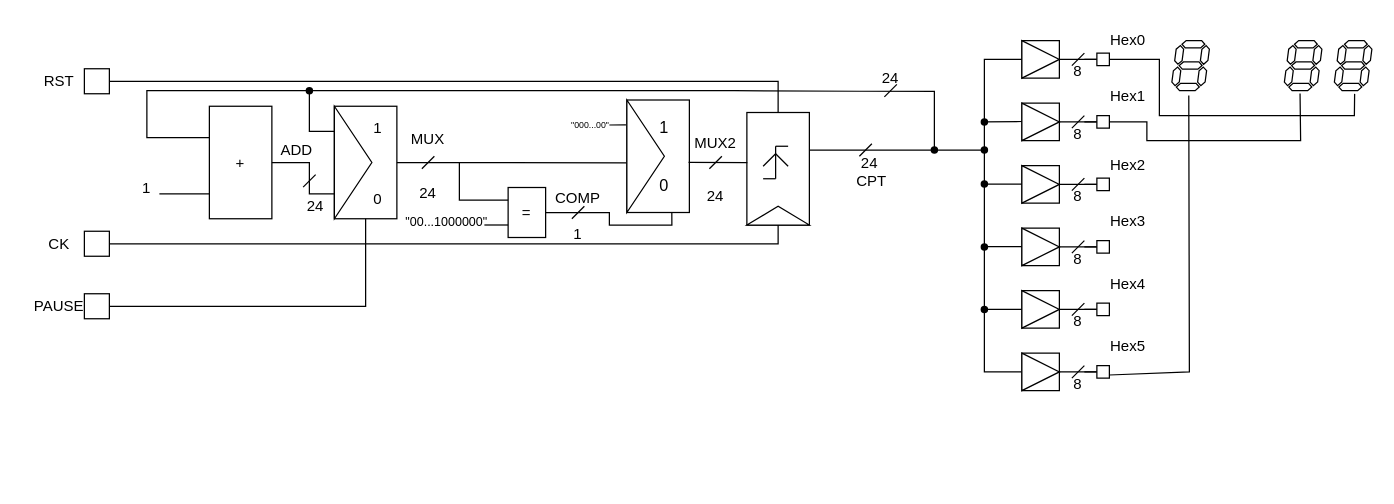
Before: CPT24SEC.drawio in negans-soyez/VHDL, a draw.io diagram. Source tidied: cells renumbered, new cells numbered last; positions are measured from the earlier drawing's top-left corner, leaving out a move shared by most shapes. Both pictures are drawn from the tidied source at 125%, with x=0, y=0 at pixel (21, 21).
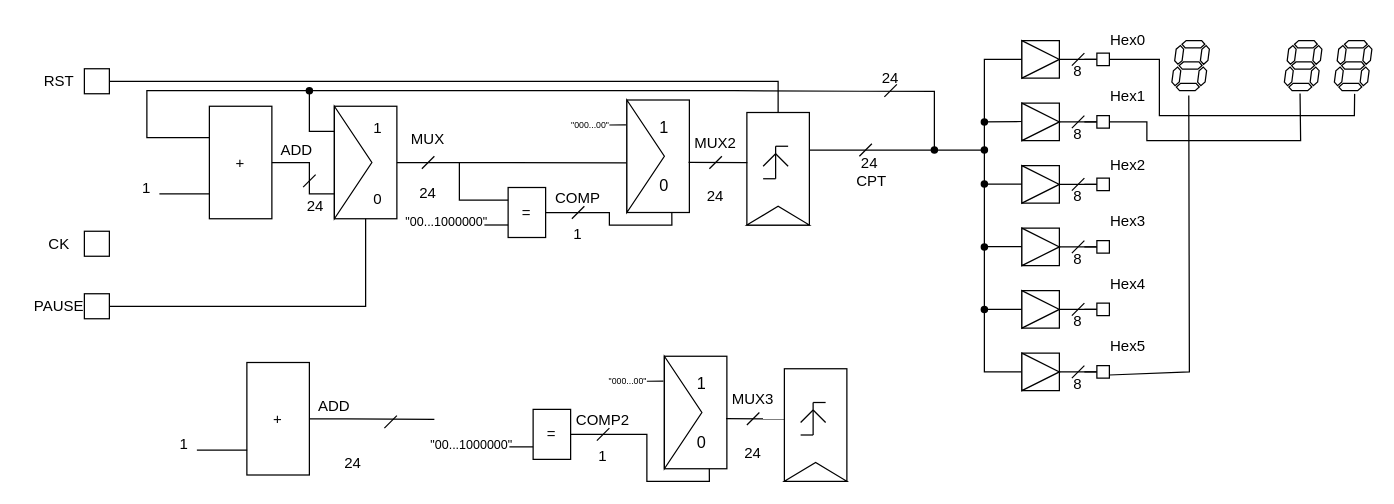
The same diagram, later.

Commit message (it also covers changes not shown here):
Mettre à jour CPT24SEC.drawio

Unchanged cells that the change refers to:
```xml
<mxCell id="11" style="triangle;whiteSpace=wrap;html=1;rotation=-90;" parent="3" vertex="1">
  <mxGeometry x="37.5" y="17.5" width="15" height="50" as="geometry" />
</mxCell>
<mxCell id="18" style="rounded=0;whiteSpace=wrap;html=1;" parent="1" vertex="1">
  <mxGeometry x="50" y="167.5" width="20" height="20" as="geometry" />
</mxCell>
```

What changed in the source:
```diff
@@
-    <mxCell id="17" style="endArrow=none;html=1;rounded=0;entryX=0;entryY=0.5;entryDx=0;entryDy=0;exitX=1;exitY=0.5;exitDx=0;exitDy=0;" parent="1" edge="1" source="18" target="11">
-      <mxGeometry relative="1" as="geometry">
-        <Array as="points">
-          <mxPoint x="280" y="177.5" />
-          <mxPoint x="415" y="177.5" />
-          <mxPoint x="605" y="177.5" />
-        </Array>
-      </mxGeometry>
-    </mxCell>
@@
+    <mxCell id="126" value="+" style="rounded=0;whiteSpace=wrap;html=1;" parent="1" vertex="1">
+      <mxGeometry x="180" y="272.5" width="50" height="90" as="geometry" />
+    </mxCell>
+    <mxCell id="127" style="rounded=0;whiteSpace=wrap;html=1;rotation=-90;" parent="1" vertex="1">
+      <mxGeometry x="590" y="297.5" width="90" height="50" as="geometry" />
+    </mxCell>
+    <mxCell id="128" style="group;rotation=-90;" parent="1" vertex="1">
+      <mxGeometry x="620" y="307.5" width="26" height="20" as="geometry" />
+    </mxCell>
+    <mxCell id="129" style="endArrow=none;html=1;rounded=0;" parent="128" edge="1">
+      <mxGeometry relative="1" as="geometry">
+        <mxPoint x="13" y="23" as="sourcePoint" />
+        <mxPoint x="13" y="-3" as="targetPoint" />
+      </mxGeometry>
+    </mxCell>
+    <mxCell id="130" style="endArrow=none;html=1;rounded=0;" parent="128" edge="1">
+      <mxGeometry relative="1" as="geometry">
+        <mxPoint x="13" y="23" as="sourcePoint" />
+        <mxPoint x="3" y="23" as="targetPoint" />
+      </mxGeometry>
+    </mxCell>
+    <mxCell id="131" style="endArrow=none;html=1;rounded=0;" parent="128" edge="1">
+      <mxGeometry relative="1" as="geometry">
+        <mxPoint x="23" y="-3" as="sourcePoint" />
+        <mxPoint x="13" y="-3" as="targetPoint" />
+      </mxGeometry>
+    </mxCell>
+    <mxCell id="132" style="endArrow=none;html=1;rounded=0;" parent="128" edge="1">
+      <mxGeometry relative="1" as="geometry">
+        <mxPoint x="13" y="3" as="sourcePoint" />
+        <mxPoint x="3" y="13" as="targetPoint" />
+        <Array as="points">
+          <mxPoint x="13" y="3" />
+        </Array>
+      </mxGeometry>
+    </mxCell>
+    <mxCell id="133" style="endArrow=none;html=1;rounded=0;" parent="128" edge="1">
+      <mxGeometry relative="1" as="geometry">
+        <mxPoint x="13" y="3" as="sourcePoint" />
+        <mxPoint x="23" y="13" as="targetPoint" />
+      </mxGeometry>
+    </mxCell>
+    <mxCell id="134" style="triangle;whiteSpace=wrap;html=1;rotation=-90;" parent="1" vertex="1">
+      <mxGeometry x="627.5" y="335" width="15" height="50" as="geometry" />
+    </mxCell>
+    <mxCell id="135" style="endArrow=none;html=1;rounded=0;entryX=0.004;entryY=0.779;entryDx=0;entryDy=0;entryPerimeter=0;" parent="1" edge="1" target="126">
+      <mxGeometry relative="1" as="geometry">
+        <mxPoint x="140" y="342.5" as="sourcePoint" />
+      </mxGeometry>
+    </mxCell>
+    <mxCell id="136" value="1" style="text;html=1;align=center;verticalAlign=middle;whiteSpace=wrap;rounded=0;" parent="1" vertex="1">
+      <mxGeometry x="120" y="322.5" width="20" height="30" as="geometry" />
+    </mxCell>
+    <mxCell id="137" style="endArrow=none;html=1;rounded=0;" parent="1" edge="1">
+      <mxGeometry relative="1" as="geometry">
+        <mxPoint x="290" y="325" as="sourcePoint" />
+        <mxPoint x="300" y="315" as="targetPoint" />
+      </mxGeometry>
+    </mxCell>
+    <mxCell id="138" style="endArrow=none;html=1;rounded=0;exitX=1;exitY=0.5;exitDx=0;exitDy=0;" parent="1" edge="1" source="126">
+      <mxGeometry relative="1" as="geometry">
+        <mxPoint x="330" y="318" as="targetPoint" />
+        <Array as="points">
+          <mxPoint x="260" y="317.5" />
+        </Array>
+      </mxGeometry>
+    </mxCell>
+    <mxCell id="139" value="ADD" style="text;html=1;align=center;verticalAlign=middle;whiteSpace=wrap;rounded=0;" parent="1" vertex="1">
+      <mxGeometry x="240" y="302.5" width="20" height="10" as="geometry" />
+    </mxCell>
+    <mxCell id="140" value="24" style="text;html=1;align=center;verticalAlign=middle;whiteSpace=wrap;rounded=0;" parent="1" vertex="1">
+      <mxGeometry x="260" y="337.5" width="10" height="30" as="geometry" />
+    </mxCell>
+    <mxCell id="141" style="group;" parent="1" vertex="1">
+      <mxGeometry x="514" y="267.5" width="60" height="90" as="geometry" />
+    </mxCell>
+    <mxCell id="142" style="rounded=0;whiteSpace=wrap;html=1;" parent="141" vertex="1">
+      <mxGeometry width="50" height="90" as="geometry" />
+    </mxCell>
+    <mxCell id="143" style="triangle;whiteSpace=wrap;html=1;" parent="141" vertex="1">
+      <mxGeometry width="30" height="90" as="geometry" />
+    </mxCell>
+    <mxCell id="144" value="&lt;span&gt;1&lt;/span&gt;&lt;div&gt;&lt;span&gt;&lt;br&gt;&lt;/span&gt;&lt;/div&gt;&lt;div&gt;&lt;span&gt;&lt;br&gt;&lt;/span&gt;&lt;/div&gt;&lt;div&gt;&lt;span&gt;0&lt;/span&gt;&lt;/div&gt;" style="text;html=1;align=center;verticalAlign=middle;whiteSpace=wrap;rounded=0;fontSize=13;" parent="141" vertex="1">
+      <mxGeometry x="25" y="30" width="10" height="30" as="geometry" />
+    </mxCell>
+    <mxCell id="145" value="&lt;font style=&quot;font-size: 7px;&quot;&gt;&quot;000...00&quot;&lt;/font&gt;" style="text;html=1;align=center;verticalAlign=middle;whiteSpace=wrap;rounded=0;" parent="1" vertex="1">
+      <mxGeometry x="470" y="280" width="30" height="12.5" as="geometry" />
+    </mxCell>
+    <mxCell id="146" style="endArrow=none;html=1;rounded=0;entryX=0.554;entryY=0.007;entryDx=0;entryDy=0;entryPerimeter=0;exitX=0.987;exitY=0.555;exitDx=0;exitDy=0;exitPerimeter=0;" parent="1" edge="1" source="142" target="127">
+      <mxGeometry relative="1" as="geometry" />
+    </mxCell>
+    <mxCell id="147" style="endArrow=none;html=1;rounded=0;entryX=-0.025;entryY=0.221;entryDx=0;entryDy=0;entryPerimeter=0;" parent="1" edge="1" target="143">
+      <mxGeometry relative="1" as="geometry">
+        <mxPoint x="500" y="287.5" as="sourcePoint" />
+      </mxGeometry>
+    </mxCell>
+    <mxCell id="148" value="=" style="rounded=0;whiteSpace=wrap;html=1;" parent="1" vertex="1">
+      <mxGeometry x="409" y="310" width="30" height="40" as="geometry" />
+    </mxCell>
+    <mxCell id="149" style="endArrow=none;html=1;rounded=0;entryX=0;entryY=0.75;entryDx=0;entryDy=0;" parent="1" edge="1" target="148">
+      <mxGeometry relative="1" as="geometry">
+        <mxPoint x="390" y="340" as="sourcePoint" />
+      </mxGeometry>
+    </mxCell>
+    <mxCell id="150" value="&quot;00...1000000&quot;" style="text;html=1;align=center;verticalAlign=middle;whiteSpace=wrap;rounded=0;fontSize=10;" parent="1" vertex="1">
+      <mxGeometry x="330" y="322.5" width="60" height="30" as="geometry" />
+    </mxCell>
+    <mxCell id="151" style="endArrow=none;html=1;rounded=0;entryX=0.719;entryY=1;entryDx=0;entryDy=0;exitX=1;exitY=0.5;exitDx=0;exitDy=0;entryPerimeter=0;" parent="1" edge="1" source="148" target="142">
+      <mxGeometry relative="1" as="geometry">
+        <Array as="points">
+          <mxPoint x="470" y="330" />
+          <mxPoint x="500" y="330" />
+          <mxPoint x="500" y="357.5" />
+          <mxPoint x="500" y="367.5" />
+          <mxPoint x="550" y="367.5" />
+        </Array>
+      </mxGeometry>
+    </mxCell>
+    <mxCell id="152" value="COMP2&lt;div&gt;&lt;div&gt;&lt;br&gt;&lt;/div&gt;&lt;div&gt;1&lt;/div&gt;&lt;/div&gt;" style="text;html=1;align=center;verticalAlign=middle;whiteSpace=wrap;rounded=0;" parent="1" vertex="1">
+      <mxGeometry x="460" y="322.5" width="10" height="20" as="geometry" />
+    </mxCell>
+    <mxCell id="153" style="endArrow=none;html=1;rounded=0;" parent="1" edge="1">
+      <mxGeometry relative="1" as="geometry">
+        <mxPoint x="460" y="335" as="sourcePoint" />
+        <mxPoint x="470" y="325" as="targetPoint" />
+      </mxGeometry>
+    </mxCell>
+    <mxCell id="154" style="endArrow=none;html=1;rounded=0;" parent="1" edge="1">
+      <mxGeometry relative="1" as="geometry">
+        <mxPoint x="580" y="322.5" as="sourcePoint" />
+        <mxPoint x="590" y="312.5" as="targetPoint" />
+      </mxGeometry>
+    </mxCell>
+    <mxCell id="155" value="MUX3&lt;div&gt;&lt;br&gt;&lt;/div&gt;&lt;div&gt;&lt;br&gt;&lt;/div&gt;&lt;div&gt;24&lt;/div&gt;" style="text;html=1;align=center;verticalAlign=middle;whiteSpace=wrap;rounded=0;" parent="1" vertex="1">
+      <mxGeometry x="580" y="312.5" width="10" height="20" as="geometry" />
+    </mxCell>
```
